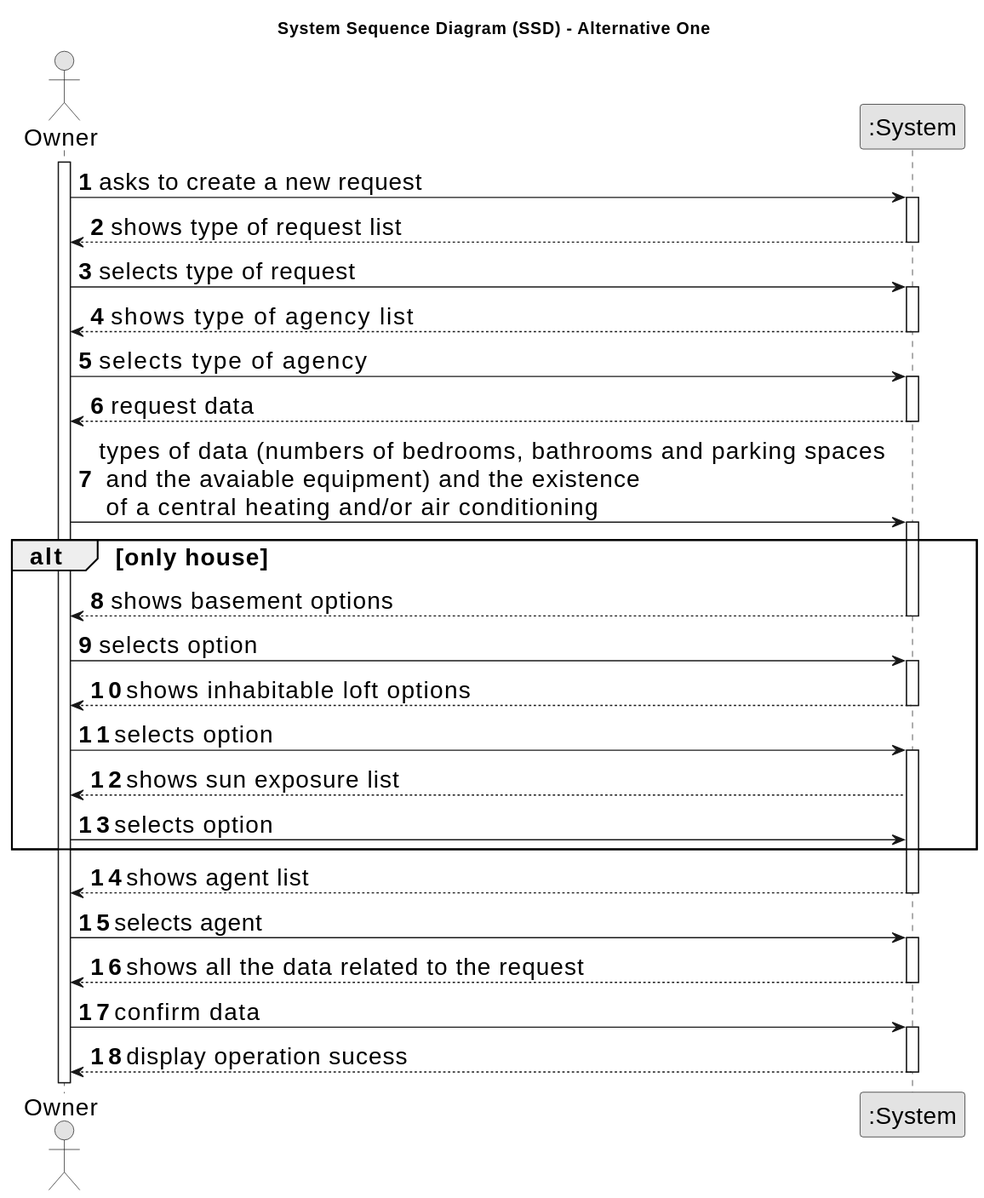
Earlier version of the PlantUML export docs/Sprint-B/US004/01.requirements-engineering/svg/us004-system-sequence-diagram-alternative-one.svg (Rodrick0209/ISEP-LAPR2-22-23).
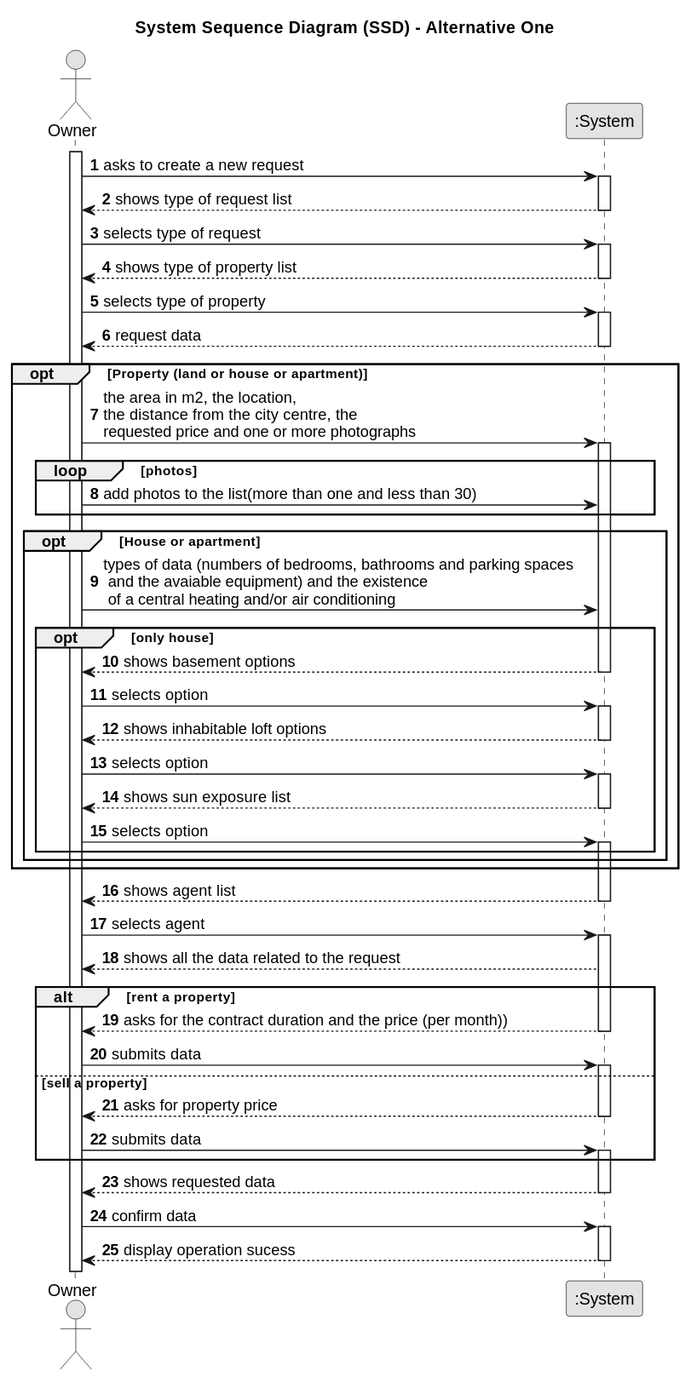
The same file after the commit.

The edit, as a diff of the source:
```diff
@@ -1,5 +1,4 @@
 @startuml
-skinparamlocked defaultFontSize 20
 skinparam monochrome true
 skinparam packageStyle rectangle
 skinparam shadowing false
@@ -33,33 +32,45 @@
         System --> Employee : request data
     deactivate System
 
+opt Property (land or house or apartment)
+
+   Employee -> System : the area in m2, the location,\nthe distance from the city centre, the\nrequested price and one or more photographs
+    activate System
+
+    loop photos
+    Employee -> System : add photos to the list(more than one and less than 30)
+    end
+
+opt House or apartment
 
     Employee -> System : types of data (numbers of bedrooms, bathrooms and parking spaces \n and the avaiable equipment) and the existence \n of a central heating and/or air conditioning
 
 
-alt only house
+opt only house
+      System --> Employee : shows basement options
+      deactivate System
 
+
+      Employee -> System : selects option
       activate System
 
-            System --> Employee : shows basement options
+    System --> Employee : shows inhabitable loft options
       deactivate System
 
-      Employee -> System : selects option
-
-      activate System
-
-            System --> Employee : shows inhabitable loft options
-      deactivate System
 
       Employee -> System :  selects option
 
       activate System
 
             System --> Employee :shows sun exposure list
+      deactivate System
 
       Employee -> System :selects option
+      activate System
+
 end
-
+end
+end
 
 
      activate System
@@ -72,7 +83,24 @@
      activate System
 
         System --> Employee : shows all the data related to the request
-     deactivate System
+
+
+    alt rent a property
+            System --> Employee : asks for the contract duration and the price (per month))
+         deactivate System
+            Employee -> System : submits data
+            activate System
+         else       sell a property
+            System --> Employee : asks for property price
+            deactivate System
+            Employee -> System : submits data
+            activate System
+
+         end
+
+    System --> Employee: shows requested data
+
+    deactivate System
 
      Employee -> System : confirm data
 
```
